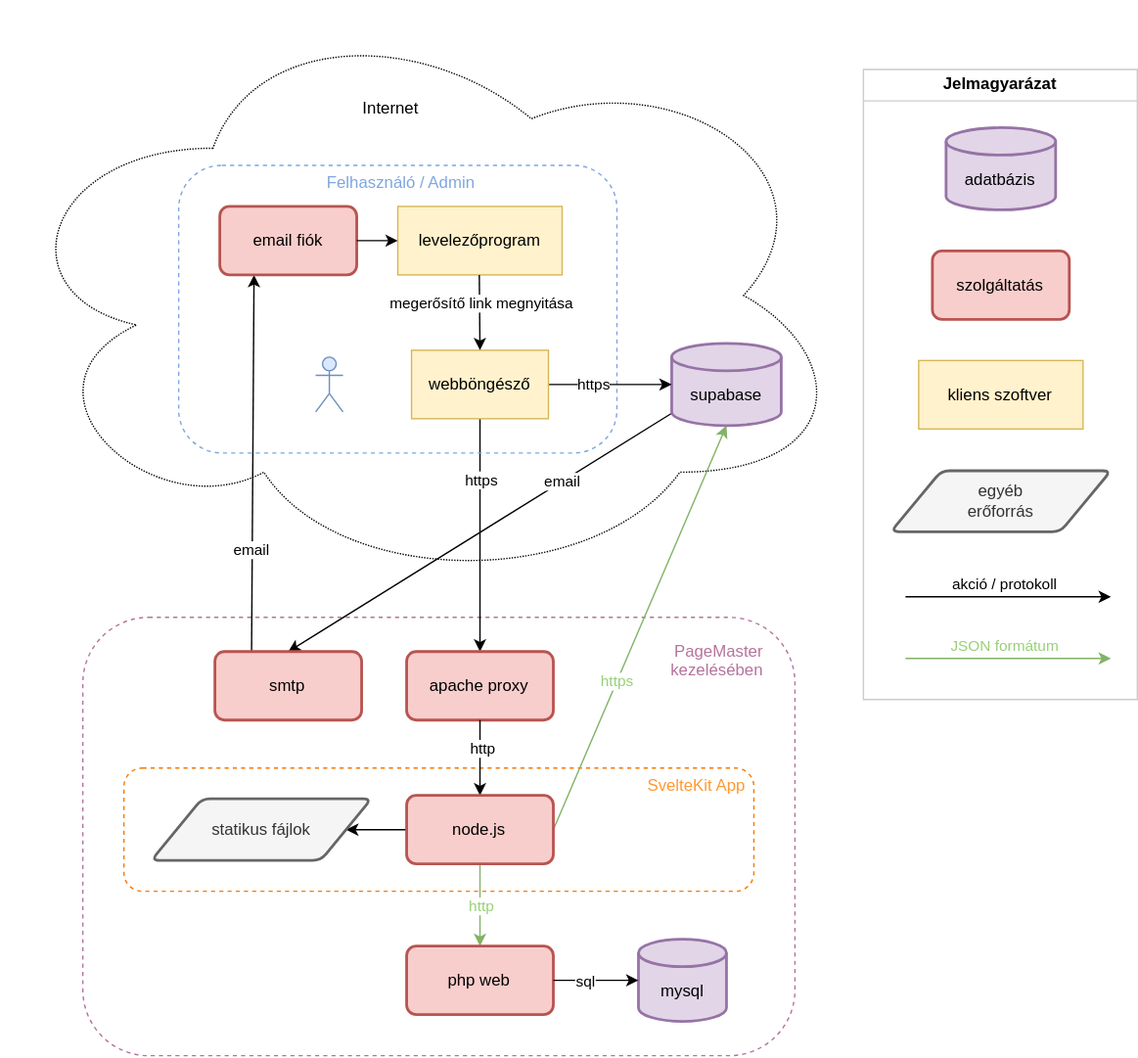
Above: skanzen-folyamatábra.svg in boczpeter/notes (draw.io), before the change. Source tidied: cells renumbered, new cells last; positions are measured from the earlier drawing's top-left corner, leaving out a move shared by most shapes.
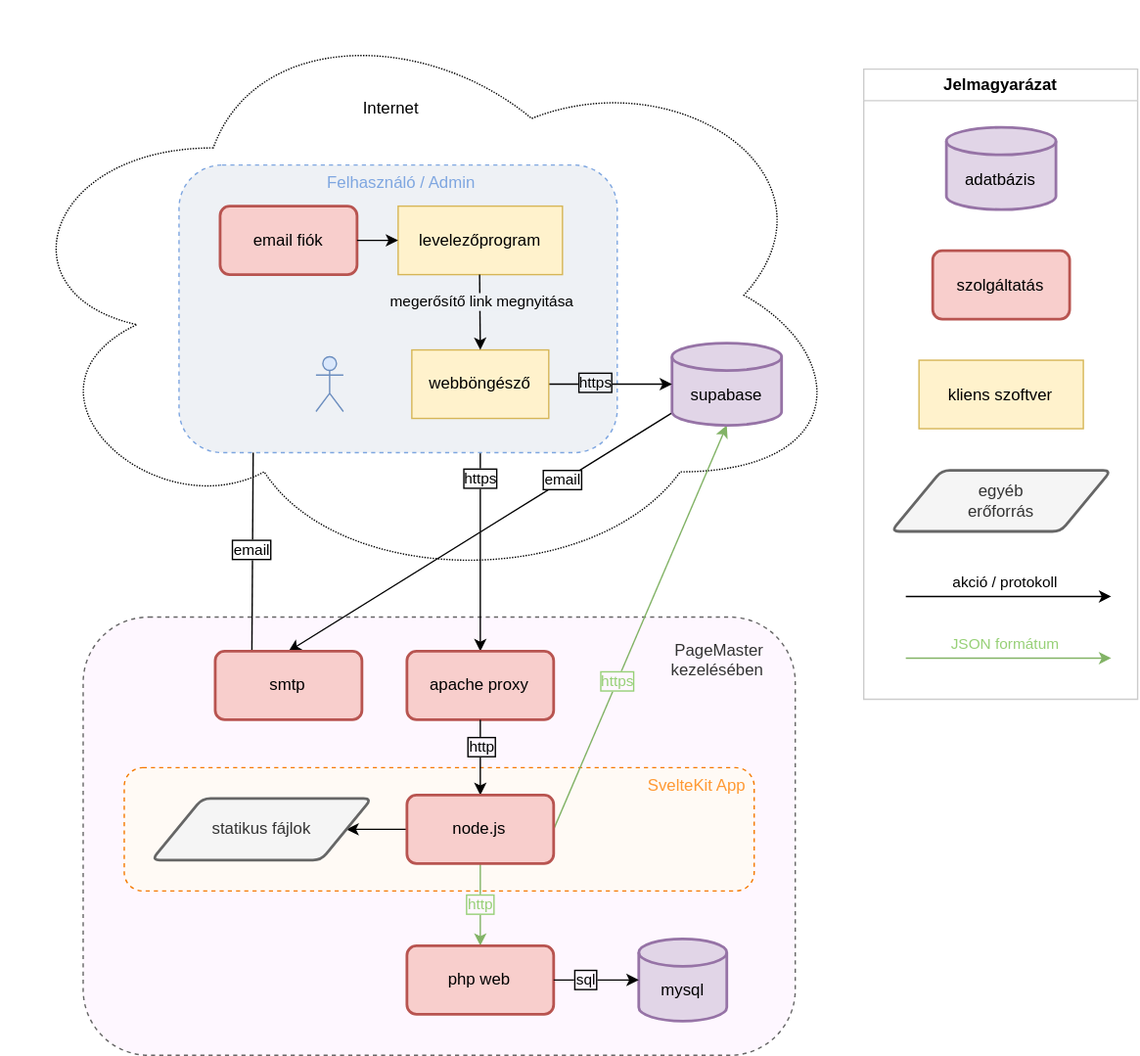
The same diagram one commit later.

Diff of the diagram source:
```diff
@@ -2,10 +2,10 @@
   <root>
     <mxCell id="0" />
     <mxCell id="1" parent="0" />
-    <mxCell id="2" value="&lt;div&gt;PageMaster&lt;/div&gt;&lt;div&gt;kezelésében&lt;br&gt;&lt;/div&gt;" style="rounded=1;whiteSpace=wrap;html=1;dashed=1;align=right;verticalAlign=top;labelBackgroundColor=none;spacing=1;spacingLeft=0;fillColor=none;strokeColor=#B5739D;fontColor=#B5739D;labelBorderColor=none;spacingRight=22;glass=1;spacingTop=12;" parent="1" vertex="1">
+    <mxCell id="2" value="&lt;div&gt;PageMaster&lt;/div&gt;&lt;div&gt;kezelésében&lt;br&gt;&lt;/div&gt;" style="rounded=1;whiteSpace=wrap;html=1;dashed=1;align=right;verticalAlign=top;labelBackgroundColor=none;spacing=1;spacingLeft=0;fillColor=#FEF7FF;strokeColor=#666666;labelBorderColor=none;spacingRight=22;glass=0;spacingTop=12;fillStyle=solid;fontColor=#333333;" parent="1" vertex="1">
       <mxGeometry x="60" y="450" width="520" height="320" as="geometry" />
     </mxCell>
-    <mxCell id="3" value="&lt;div&gt;SvelteKit App&lt;br&gt;&lt;/div&gt;" style="rounded=1;whiteSpace=wrap;html=1;dashed=1;align=right;verticalAlign=top;labelBackgroundColor=none;spacing=1;spacingLeft=5;fillColor=none;strokeColor=#f57900;fontColor=#FF9933;spacingRight=5;glass=1;" parent="1" vertex="1">
+    <mxCell id="3" value="&lt;div&gt;SvelteKit App&lt;br&gt;&lt;/div&gt;" style="rounded=1;whiteSpace=wrap;html=1;dashed=1;align=right;verticalAlign=top;labelBackgroundColor=none;spacing=1;spacingLeft=5;fillColor=#FFFAF5;strokeColor=#f57900;fontColor=#FF9933;spacingRight=5;glass=0;" parent="1" vertex="1">
       <mxGeometry x="90" y="560" width="460" height="90" as="geometry" />
     </mxCell>
     <mxCell id="4" value="&lt;div align=&quot;center&quot;&gt;Internet&lt;/div&gt;" style="ellipse;shape=cloud;whiteSpace=wrap;html=1;align=center;verticalAlign=top;spacingTop=65;dashed=1;dashPattern=1 1;strokeWidth=1;perimeterSpacing=0;shadow=0;spacingRight=50;" parent="1" vertex="1">
@@ -14,7 +14,7 @@
     <mxCell id="5" style="endArrow=classic;html=1;rounded=0;exitX=0.5;exitY=1;exitDx=0;exitDy=0;entryX=0.5;entryY=0;entryDx=0;entryDy=0;" parent="1" edge="1" source="40" target="14">
       <mxGeometry relative="1" as="geometry" />
     </mxCell>
-    <mxCell id="6" value="&lt;div&gt;https&lt;/div&gt;" style="edgeLabel;html=1;align=center;verticalAlign=middle;" parent="5" vertex="1">
+    <mxCell id="6" value="&lt;div&gt;https&lt;/div&gt;" style="edgeLabel;html=1;align=center;verticalAlign=middle;labelBorderColor=default;" parent="5" vertex="1">
       <mxGeometry x="-0.27" y="1" relative="1" as="geometry">
         <mxPoint x="-1" y="-18" as="offset" />
       </mxGeometry>
@@ -22,13 +22,13 @@
     <mxCell id="7" style="endArrow=classic;html=1;rounded=0;exitX=1;exitY=0.5;exitDx=0;exitDy=0;entryX=0.5;entryY=1;entryDx=0;entryDy=0;entryPerimeter=0;fillColor=#d5e8d4;strokeColor=#82b366;" parent="1" edge="1" source="20" target="36">
       <mxGeometry relative="1" as="geometry" />
     </mxCell>
-    <mxCell id="8" value="&lt;div&gt;https&lt;/div&gt;" style="edgeLabel;html=1;align=center;verticalAlign=middle;fontColor=#97D077;" parent="7" vertex="1">
+    <mxCell id="8" value="&lt;div&gt;https&lt;/div&gt;" style="edgeLabel;html=1;align=center;verticalAlign=middle;fontColor=#97D077;labelBackgroundColor=#FEF7FF;labelBorderColor=#97D077;" parent="7" vertex="1">
       <mxGeometry x="-0.27" y="1" relative="1" as="geometry" />
     </mxCell>
     <mxCell id="9" style="endArrow=classic;html=1;rounded=0;exitX=0.25;exitY=0;exitDx=0;exitDy=0;entryX=0.25;entryY=1;entryDx=0;entryDy=0;" parent="1" edge="1" source="13" target="42">
       <mxGeometry relative="1" as="geometry" />
     </mxCell>
-    <mxCell id="10" value="email" style="edgeLabel;html=1;align=center;verticalAlign=middle;" parent="9" vertex="1">
+    <mxCell id="10" value="email" style="edgeLabel;html=1;align=center;verticalAlign=middle;labelBorderColor=default;" parent="9" vertex="1">
       <mxGeometry x="-0.17" y="1" relative="1" as="geometry">
         <mxPoint y="39" as="offset" />
       </mxGeometry>
@@ -36,7 +36,7 @@
     <mxCell id="11" style="endArrow=classic;html=1;rounded=0;exitX=0;exitY=0.85;exitDx=0;exitDy=0;exitPerimeter=0;entryX=0.5;entryY=0;entryDx=0;entryDy=0;" parent="1" edge="1" source="36" target="13">
       <mxGeometry relative="1" as="geometry" />
     </mxCell>
-    <mxCell id="12" value="email" style="edgeLabel;html=1;align=center;verticalAlign=middle;" parent="11" vertex="1">
+    <mxCell id="12" value="email" style="edgeLabel;html=1;align=center;verticalAlign=middle;labelBorderColor=default;" parent="11" vertex="1">
       <mxGeometry x="-0.25" relative="1" as="geometry">
         <mxPoint x="24" y="-16" as="offset" />
       </mxGeometry>
@@ -50,7 +50,7 @@
     <mxCell id="15" style="endArrow=classic;html=1;rounded=0;exitX=0.5;exitY=1;exitDx=0;exitDy=0;entryX=0.5;entryY=0;entryDx=0;entryDy=0;" parent="1" edge="1" source="14" target="20">
       <mxGeometry relative="1" as="geometry" />
     </mxCell>
-    <mxCell id="16" value="&lt;div&gt;http&lt;/div&gt;" style="edgeLabel;html=1;align=center;verticalAlign=middle;" parent="15" vertex="1">
+    <mxCell id="16" value="&lt;div&gt;http&lt;/div&gt;" style="edgeLabel;html=1;align=center;verticalAlign=middle;labelBackgroundColor=#FEF7FF;labelBorderColor=default;" parent="15" vertex="1">
       <mxGeometry x="-0.27" y="1" relative="1" as="geometry" />
     </mxCell>
     <mxCell id="17" style="endArrow=classic;html=1;rounded=0;exitX=0;exitY=0.5;exitDx=0;exitDy=0;" parent="1" edge="1" source="20" target="21">
@@ -59,7 +59,7 @@
     <mxCell id="18" style="endArrow=classic;html=1;rounded=0;exitX=0.5;exitY=1;exitDx=0;exitDy=0;entryX=0.5;entryY=0;entryDx=0;entryDy=0;fillColor=#d5e8d4;strokeColor=#82b366;" parent="1" edge="1" source="20" target="32">
       <mxGeometry relative="1" as="geometry" />
     </mxCell>
-    <mxCell id="19" value="&lt;div&gt;http&lt;/div&gt;" style="edgeLabel;html=1;align=center;verticalAlign=middle;fontColor=#97D077;" parent="18" vertex="1">
+    <mxCell id="19" value="&lt;div&gt;http&lt;/div&gt;" style="edgeLabel;html=1;align=center;verticalAlign=middle;fontColor=#97D077;labelBackgroundColor=#FEF7FF;labelBorderColor=#97D077;" parent="18" vertex="1">
       <mxGeometry x="-0.27" y="1" relative="1" as="geometry">
         <mxPoint x="-1" y="8" as="offset" />
       </mxGeometry>
@@ -119,19 +119,19 @@
     <mxCell id="34" style="endArrow=classic;html=1;rounded=0;exitX=1;exitY=0.5;exitDx=0;exitDy=0;entryX=0;entryY=0.5;entryDx=0;entryDy=0;entryPerimeter=0;" parent="1" edge="1" source="32" target="33">
       <mxGeometry relative="1" as="geometry" />
     </mxCell>
-    <mxCell id="35" value="sql" style="edgeLabel;html=1;align=center;verticalAlign=middle;" parent="34" vertex="1">
+    <mxCell id="35" value="sql" style="edgeLabel;html=1;align=center;verticalAlign=middle;labelBackgroundColor=#FEF7FF;labelBorderColor=default;" parent="34" vertex="1">
       <mxGeometry x="-0.25" relative="1" as="geometry" />
     </mxCell>
     <mxCell id="36" value="&lt;div&gt;&lt;br&gt;&lt;/div&gt;&lt;div&gt;supabase&lt;/div&gt;" style="strokeWidth=2;html=1;shape=mxgraph.flowchart.database;whiteSpace=wrap;fillColor=#e1d5e7;strokeColor=#9673a6;" parent="1" vertex="1">
       <mxGeometry x="490" y="250" width="80" height="60" as="geometry" />
     </mxCell>
-    <mxCell id="37" value="Felhasználó / Admin" style="rounded=1;whiteSpace=wrap;html=1;dashed=1;align=center;verticalAlign=top;labelBackgroundColor=none;spacing=1;spacingLeft=5;fillColor=none;strokeColor=#7EA6E0;fontColor=#7EA6E0;spacingTop=0;glass=1;" parent="1" vertex="1">
+    <mxCell id="37" value="Felhasználó / Admin" style="rounded=1;whiteSpace=wrap;html=1;dashed=1;align=center;verticalAlign=top;labelBackgroundColor=none;spacing=1;spacingLeft=5;fillColor=#EEF1F5;strokeColor=#7EA6E0;fontColor=#7EA6E0;spacingTop=0;glass=0;" parent="1" vertex="1">
       <mxGeometry x="130" y="120" width="320" height="210" as="geometry" />
     </mxCell>
     <mxCell id="38" style="endArrow=classic;html=1;rounded=0;exitX=1;exitY=0.5;exitDx=0;exitDy=0;entryX=0;entryY=0.5;entryDx=0;entryDy=0;entryPerimeter=0;" parent="1" edge="1" source="40" target="36">
       <mxGeometry relative="1" as="geometry" />
     </mxCell>
-    <mxCell id="39" value="&lt;div&gt;https&lt;/div&gt;" style="edgeLabel;html=1;align=center;verticalAlign=middle;" parent="38" vertex="1">
+    <mxCell id="39" value="&lt;div&gt;https&lt;/div&gt;" style="edgeLabel;html=1;align=center;verticalAlign=middle;labelBackgroundColor=#EEF1F5;labelBorderColor=default;" parent="38" vertex="1">
       <mxGeometry x="-0.27" y="1" relative="1" as="geometry" />
     </mxCell>
     <mxCell id="40" value="webböngésző" style="rounded=0;whiteSpace=wrap;html=1;fillColor=#fff2cc;strokeColor=#d6b656;" parent="1" vertex="1">
@@ -148,7 +148,7 @@
         <mxPoint x="349.5" y="200" as="sourcePoint" />
       </mxGeometry>
     </mxCell>
-    <mxCell id="44" value="megerősítő link megnyitása" style="edgeLabel;html=1;align=center;verticalAlign=middle;" parent="43" vertex="1">
+    <mxCell id="44" value="megerősítő link megnyitása" style="edgeLabel;html=1;align=center;verticalAlign=middle;labelBackgroundColor=#EEF1F5;" parent="43" vertex="1">
       <mxGeometry x="-0.27" y="1" relative="1" as="geometry" />
     </mxCell>
     <mxCell id="45" style="endArrow=classic;html=1;rounded=0;exitX=1;exitY=0.5;exitDx=0;exitDy=0;entryX=0;entryY=0.5;entryDx=0;entryDy=0;" parent="1" edge="1" source="42" target="41">
```
